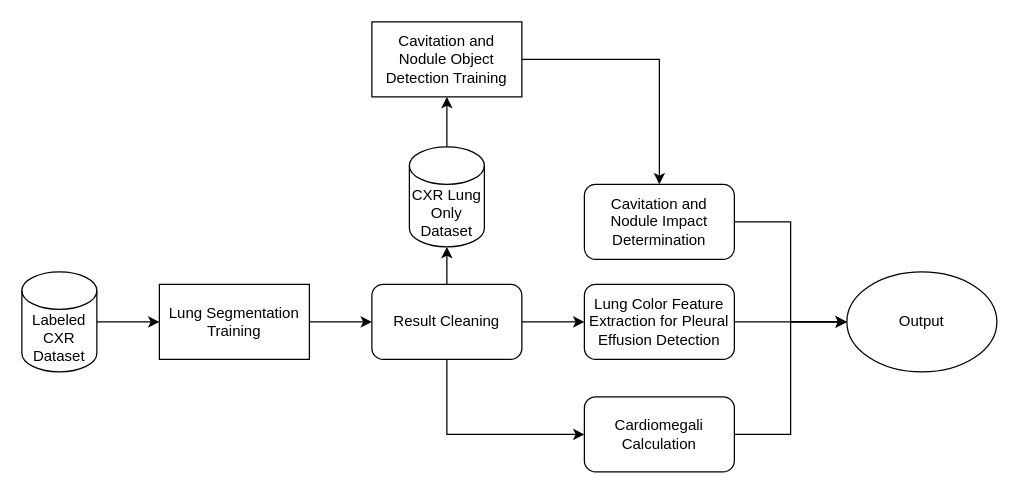
Earlier version of the draw.io diagram Model/flowchart.drawio (Vanss3375/CXR-Radiology-Analysis-and-Diagnosis-System). Source tidied: cells renumbered, new cells numbered last; positions are measured from the earlier drawing's top-left corner, leaving out a move shared by most shapes. Both pictures are drawn from the tidied source at 125%, with x=0, y=0 at pixel (21, 21).
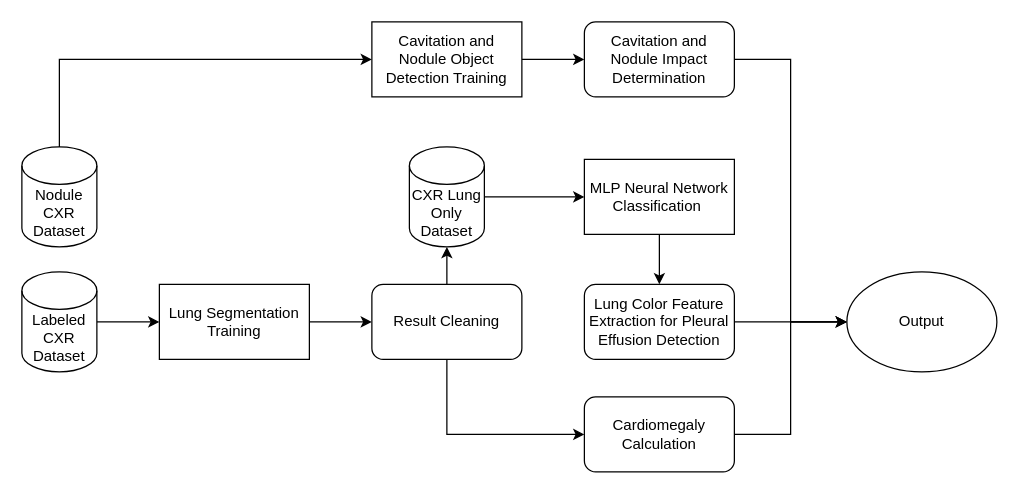
The same diagram, later.

Unchanged cells that the change refers to:
```xml
<mxCell id="8" value="Result Cleaning" style="rounded=1;whiteSpace=wrap;html=1;" parent="1" vertex="1">
  <mxGeometry x="280" y="210" width="120" height="60" as="geometry" />
</mxCell>
<mxCell id="10" value="CXR Lung Only Dataset" style="shape=cylinder3;whiteSpace=wrap;html=1;boundedLbl=1;backgroundOutline=1;size=15;" parent="1" vertex="1">
  <mxGeometry x="310" y="100" width="60" height="80" as="geometry" />
</mxCell>
<mxCell id="15" value="Lung Color Feature Extraction for Pleural Effusion Detection" style="whiteSpace=wrap;html=1;rounded=1;" parent="1" vertex="1">
  <mxGeometry x="450" y="210" width="120" height="60" as="geometry" />
</mxCell>
<mxCell id="17" value="Cavitation and Nodule Object Detection Training" style="rounded=0;whiteSpace=wrap;html=1;" parent="1" vertex="1">
  <mxGeometry x="280" width="120" height="60" as="geometry" />
</mxCell>
```

What changed in the source:
```diff
@@
-    <mxCell id="7" style="edgeStyle=orthogonalEdgeStyle;rounded=0;jettySize=auto;html=1;" parent="1" edge="1" source="8" target="15">
-      <mxGeometry relative="1" as="geometry" />
-    </mxCell>
@@
-    <mxCell id="9" style="edgeStyle=orthogonalEdgeStyle;rounded=0;jettySize=auto;html=1;entryX=0.5;entryY=1;entryDx=0;entryDy=0;" parent="1" edge="1" source="10" target="17">
-      <mxGeometry relative="1" as="geometry" />
-    </mxCell>
+    <mxCell id="21" style="edgeStyle=orthogonalEdgeStyle;rounded=0;jettySize=auto;html=1;entryX=0;entryY=0.5;entryDx=0;entryDy=0;" parent="1" edge="1" source="10" target="25">
+      <mxGeometry relative="1" as="geometry" />
+    </mxCell>
@@
-    <mxCell id="13" value="Cardiomegali Calculation" style="rounded=1;whiteSpace=wrap;html=1;" parent="1" vertex="1">
+    <mxCell id="13" value="Cardiomegaly Calculation" style="rounded=1;whiteSpace=wrap;html=1;" parent="1" vertex="1">
       <mxGeometry x="450" y="300" width="120" height="60" as="geometry" />
     </mxCell>
@@
-    <mxCell id="16" style="edgeStyle=orthogonalEdgeStyle;rounded=0;jettySize=auto;html=1;entryX=0.5;entryY=0;entryDx=0;entryDy=0;" parent="1" edge="1" source="17" target="20">
+    <mxCell id="16" style="edgeStyle=orthogonalEdgeStyle;rounded=0;jettySize=auto;html=1;" parent="1" edge="1" source="17" target="20">
       <mxGeometry relative="1" as="geometry" />
     </mxCell>
@@
     <mxCell id="20" value="Cavitation and Nodule Impact Determination" style="whiteSpace=wrap;html=1;rounded=1;" parent="1" vertex="1">
-      <mxGeometry x="450" y="130" width="120" height="60" as="geometry" />
+      <mxGeometry x="450" width="120" height="60" as="geometry" />
     </mxCell>
+    <mxCell id="22" style="edgeStyle=orthogonalEdgeStyle;rounded=0;jettySize=auto;html=1;entryX=0;entryY=0.5;entryDx=0;entryDy=0;" parent="1" edge="1" source="23" target="17">
+      <mxGeometry relative="1" as="geometry">
+        <Array as="points">
+          <mxPoint x="30" y="30" />
+        </Array>
+      </mxGeometry>
+    </mxCell>
+    <mxCell id="23" value="Nodule CXR Dataset" style="shape=cylinder3;whiteSpace=wrap;html=1;boundedLbl=1;backgroundOutline=1;size=15;" parent="1" vertex="1">
+      <mxGeometry y="100" width="60" height="80" as="geometry" />
+    </mxCell>
+    <mxCell id="24" style="edgeStyle=orthogonalEdgeStyle;rounded=0;jettySize=auto;html=1;" parent="1" edge="1" source="25" target="15">
+      <mxGeometry relative="1" as="geometry" />
+    </mxCell>
+    <mxCell id="25" value="MLP Neural Network Classification&amp;nbsp;" style="rounded=0;whiteSpace=wrap;html=1;" parent="1" vertex="1">
+      <mxGeometry x="450" y="110" width="120" height="60" as="geometry" />
+    </mxCell>
```
